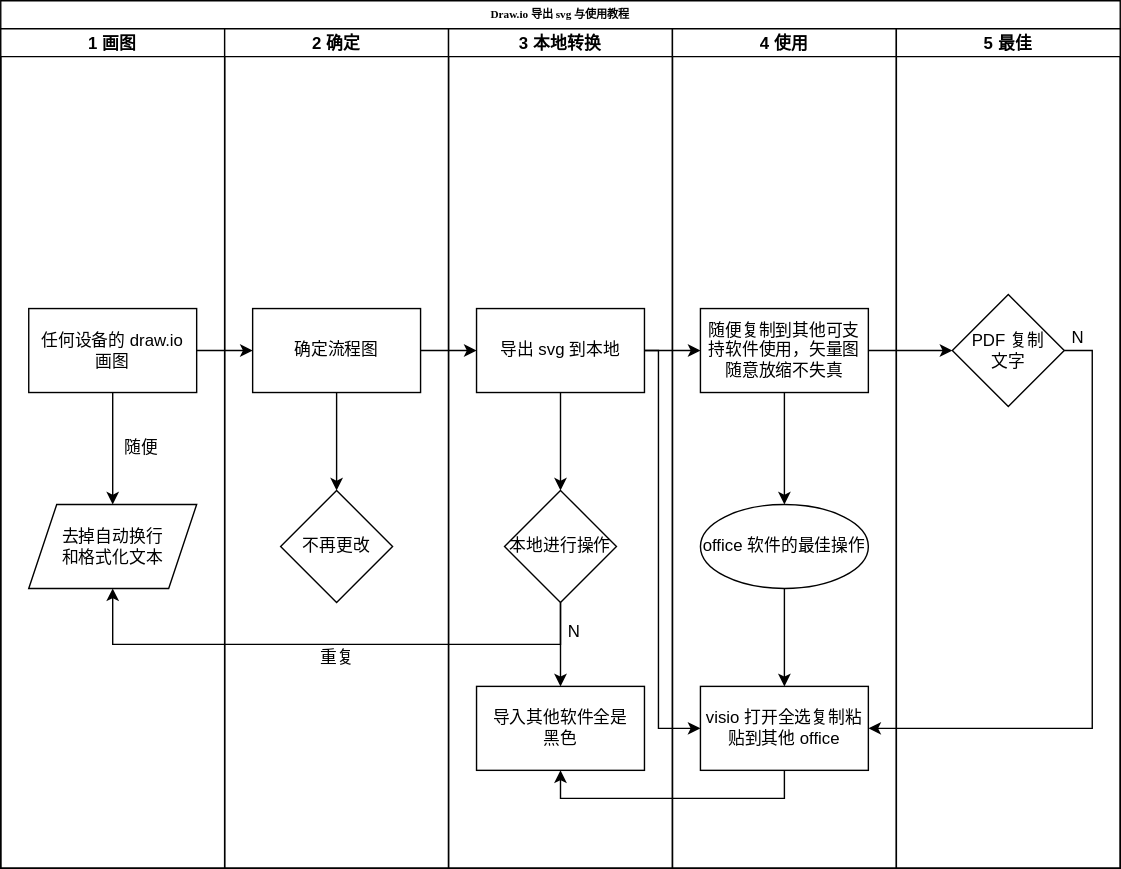
InoryLwc/ConfigRepo keeps this draw.io diagram as Draw.io/draw.io 的导出教程.svg. Above is the earlier version. Source tidied: cells renumbered, new cells last; positions are measured from the earlier drawing's top-left corner, leaving out a move shared by most shapes.
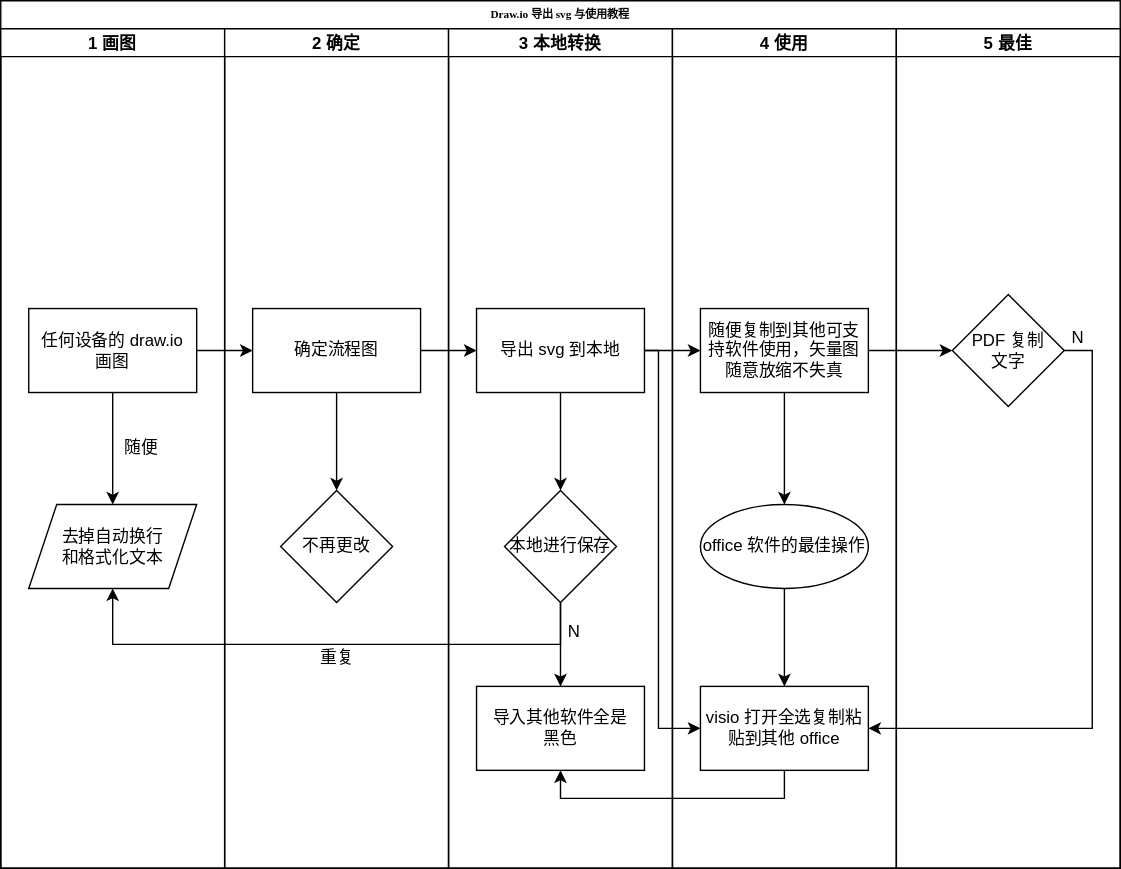
The same diagram one commit later.

Commit message:
更新draw.io 的导出教程.svg

Change to the diagram source:
```diff
@@ -32,7 +32,7 @@
     <mxCell id="11" value="导出 svg 到本地" style="whiteSpace=wrap;rounded=0;" parent="10" vertex="1">
       <mxGeometry x="20" y="200" width="120" height="60" as="geometry" />
     </mxCell>
-    <mxCell id="12" value="本地进行操作" style="rhombus;whiteSpace=wrap;" parent="10" vertex="1">
+    <mxCell id="12" value="本地进行保存" style="rhombus;whiteSpace=wrap;" parent="10" vertex="1">
       <mxGeometry x="40" y="330" width="80" height="80" as="geometry" />
     </mxCell>
     <mxCell id="13" value="N" style="text;align=center;verticalAlign=middle;strokeColor=none;fillColor=none;" parent="10" vertex="1">
```
